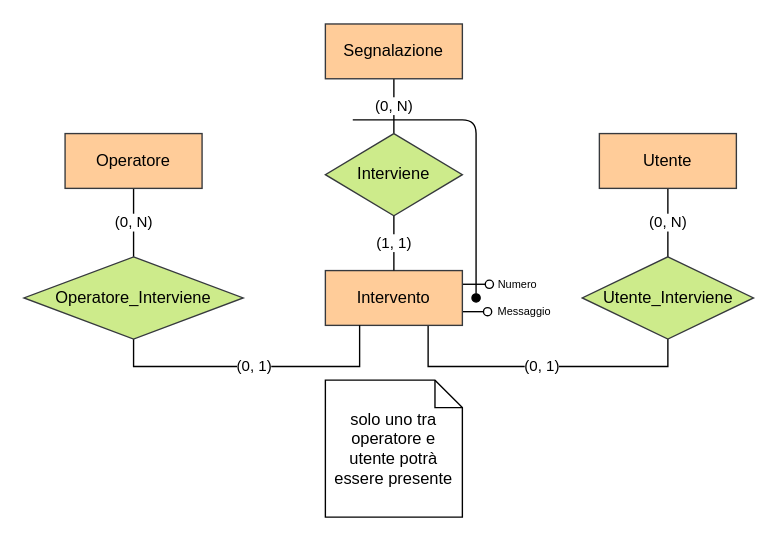
Before: page "Interventi-Reificato" (8 of 10) of Concettuale/db.drawio in alemazzo/CloudStoreDB, a draw.io diagram. Source tidied: cells renumbered, new cells numbered last; positions are measured from the earlier drawing's top-left corner, leaving out a move shared by most shapes. Both pictures are drawn from the tidied source at 137%, with x=0, y=0 at pixel (23, 23).
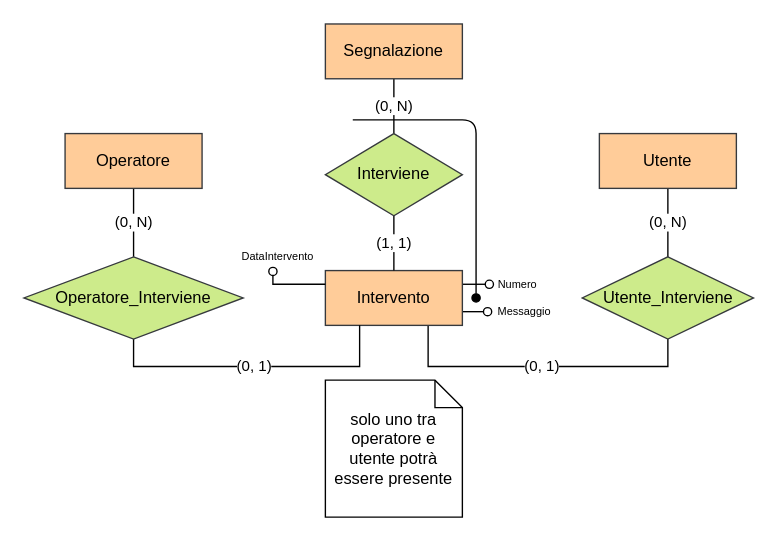
The same diagram, later.

The edit, as a diff of the source:
```diff
@@
+    <mxCell id="21" style="edgeStyle=orthogonalEdgeStyle;rounded=0;jettySize=auto;html=1;exitX=0;exitY=0.25;exitDx=0;exitDy=0;entryX=0.453;entryY=1.031;entryDx=0;entryDy=0;entryPerimeter=0;endArrow=oval;endFill=0;" parent="1" edge="1" target="22">
+      <mxGeometry relative="1" as="geometry">
+        <mxPoint x="220" y="190" as="sourcePoint" />
+      </mxGeometry>
+    </mxCell>
+    <mxCell id="22" value="DataIntervento" style="text;html=1;align=center;verticalAlign=middle;points=[];strokeColor=none;fontSize=8;" parent="1" vertex="1">
+      <mxGeometry x="150" y="160" width="70" height="20" as="geometry" />
+    </mxCell>
```
